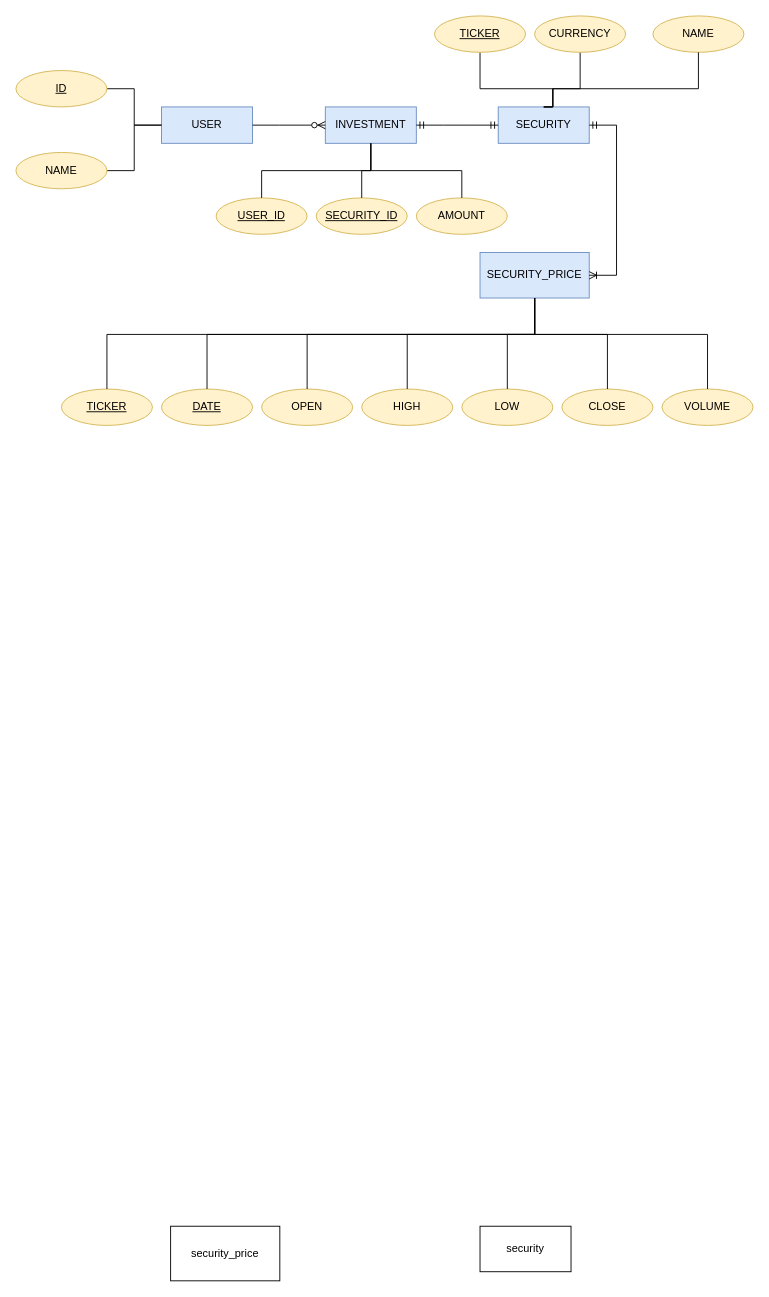
This is UML/ER.drawio from tkBischoff/PyFolio, a draw.io file, before an edit. Source tidied: cells renumbered, new cells numbered last; positions are measured from the earlier drawing's top-left corner, leaving out a move shared by most shapes. Both pictures are drawn from the tidied source at 91%, with x=0, y=0 at pixel (15, 15).
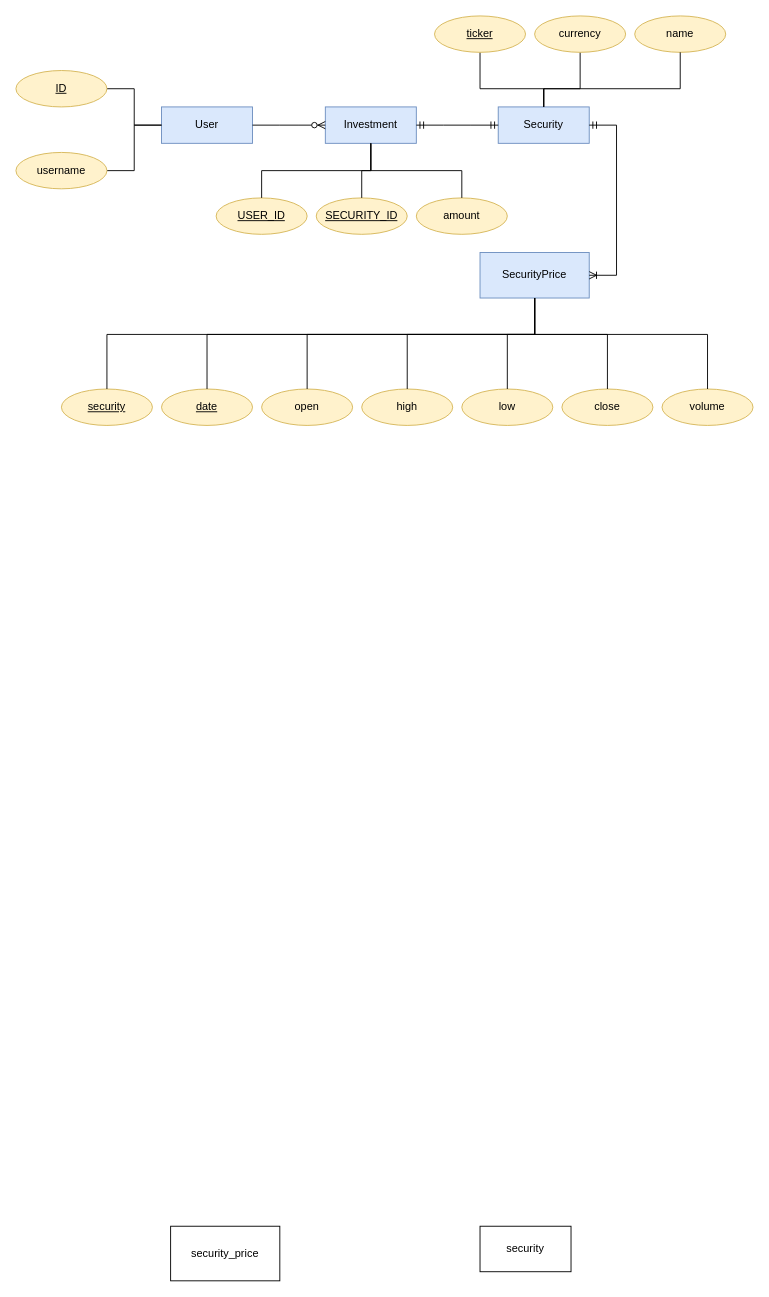
The same page after the edit.

The edit, as a diff of the source:
```diff
@@
-    <mxCell id="2" value="USER" style="whiteSpace=wrap;html=1;align=center;fillColor=#dae8fc;strokeColor=#6c8ebf;" parent="1" vertex="1">
+    <mxCell id="2" value="User" style="whiteSpace=wrap;html=1;align=center;fillColor=#dae8fc;strokeColor=#6c8ebf;" parent="1" vertex="1">
       <mxGeometry x="160" y="100" width="100" height="40" as="geometry" />
     </mxCell>
@@
-    <mxCell id="4" value="NAME" style="ellipse;whiteSpace=wrap;html=1;align=center;fillColor=#fff2cc;strokeColor=#d6b656;" parent="1" vertex="1">
+    <mxCell id="4" value="username" style="ellipse;whiteSpace=wrap;html=1;align=center;fillColor=#fff2cc;strokeColor=#d6b656;" parent="1" vertex="1">
       <mxGeometry y="150" width="100" height="40" as="geometry" />
     </mxCell>
@@
-    <mxCell id="7" value="SECURITY" style="whiteSpace=wrap;html=1;align=center;fillColor=#dae8fc;strokeColor=#6c8ebf;" parent="1" vertex="1">
+    <mxCell id="7" value="Security" style="whiteSpace=wrap;html=1;align=center;fillColor=#dae8fc;strokeColor=#6c8ebf;" parent="1" vertex="1">
       <mxGeometry x="530" y="100" width="100" height="40" as="geometry" />
     </mxCell>
     <mxCell id="8" style="edgeStyle=orthogonalEdgeStyle;rounded=0;jettySize=auto;html=1;endArrow=none;endFill=0;exitX=0.5;exitY=1;exitDx=0;exitDy=0;entryX=0.5;entryY=0;entryDx=0;entryDy=0;" parent="1" edge="1" source="9" target="7">
       <mxGeometry relative="1" as="geometry">
         <Array as="points">
           <mxPoint x="510" y="80" />
-          <mxPoint x="590" y="80" />
+          <mxPoint x="580" y="80" />
         </Array>
       </mxGeometry>
     </mxCell>
-    <mxCell id="9" value="&lt;u&gt;TICKER&lt;/u&gt;" style="ellipse;whiteSpace=wrap;html=1;align=center;fillColor=#fff2cc;strokeColor=#d6b656;" parent="1" vertex="1">
+    <mxCell id="9" value="&lt;u&gt;ticker&lt;/u&gt;" style="ellipse;whiteSpace=wrap;html=1;align=center;fillColor=#fff2cc;strokeColor=#d6b656;" parent="1" vertex="1">
       <mxGeometry x="460" width="100" height="40" as="geometry" />
     </mxCell>
     <mxCell id="10" style="edgeStyle=orthogonalEdgeStyle;rounded=0;jettySize=auto;html=1;entryX=0.5;entryY=0;entryDx=0;entryDy=0;endArrow=none;endFill=0;" parent="1" edge="1" source="11" target="7">
       <mxGeometry relative="1" as="geometry">
         <Array as="points">
           <mxPoint x="620" y="80" />
-          <mxPoint x="590" y="80" />
+          <mxPoint x="580" y="80" />
         </Array>
       </mxGeometry>
     </mxCell>
-    <mxCell id="11" value="CURRENCY" style="ellipse;whiteSpace=wrap;html=1;align=center;fillColor=#fff2cc;strokeColor=#d6b656;" parent="1" vertex="1">
+    <mxCell id="11" value="currency" style="ellipse;whiteSpace=wrap;html=1;align=center;fillColor=#fff2cc;strokeColor=#d6b656;" parent="1" vertex="1">
       <mxGeometry x="570" width="100" height="40" as="geometry" />
     </mxCell>
@@
-    <mxCell id="14" value="NAME" style="ellipse;whiteSpace=wrap;html=1;align=center;fillColor=#fff2cc;strokeColor=#d6b656;" parent="1" vertex="1">
-      <mxGeometry x="700" width="100" height="40" as="geometry" />
+    <mxCell id="14" value="name" style="ellipse;whiteSpace=wrap;html=1;align=center;fillColor=#fff2cc;strokeColor=#d6b656;" parent="1" vertex="1">
+      <mxGeometry x="680" width="100" height="40" as="geometry" />
     </mxCell>
     <mxCell id="15" style="edgeStyle=orthogonalEdgeStyle;rounded=0;jettySize=auto;html=1;entryX=0.5;entryY=0;entryDx=0;entryDy=0;endArrow=none;endFill=0;exitX=0.5;exitY=1;exitDx=0;exitDy=0;" parent="1" edge="1" source="14" target="7">
       <mxGeometry relative="1" as="geometry">
         <Array as="points">
-          <mxPoint x="750" y="80" />
-          <mxPoint x="590" y="80" />
+          <mxPoint x="730" y="80" />
+          <mxPoint x="580" y="80" />
         </Array>
       </mxGeometry>
     </mxCell>
-    <mxCell id="16" value="SECURITY_PRICE" style="whiteSpace=wrap;html=1;align=center;fillColor=#dae8fc;strokeColor=#6c8ebf;" parent="1" vertex="1">
+    <mxCell id="16" value="SecurityPrice" style="whiteSpace=wrap;html=1;align=center;fillColor=#dae8fc;strokeColor=#6c8ebf;" parent="1" vertex="1">
       <mxGeometry x="510" y="260" width="120" height="50" as="geometry" />
     </mxCell>
@@
-    <mxCell id="18" value="&lt;u&gt;DATE&lt;/u&gt;" style="ellipse;whiteSpace=wrap;html=1;align=center;fillColor=#fff2cc;strokeColor=#d6b656;" parent="1" vertex="1">
+    <mxCell id="18" value="&lt;u&gt;date&lt;/u&gt;" style="ellipse;whiteSpace=wrap;html=1;align=center;fillColor=#fff2cc;strokeColor=#d6b656;" parent="1" vertex="1">
       <mxGeometry x="160" y="410" width="100" height="40" as="geometry" />
     </mxCell>
-    <mxCell id="19" value="OPEN" style="ellipse;whiteSpace=wrap;html=1;align=center;fillColor=#fff2cc;strokeColor=#d6b656;" parent="1" vertex="1">
+    <mxCell id="19" value="open" style="ellipse;whiteSpace=wrap;html=1;align=center;fillColor=#fff2cc;strokeColor=#d6b656;" parent="1" vertex="1">
       <mxGeometry x="270" y="410" width="100" height="40" as="geometry" />
     </mxCell>
-    <mxCell id="20" value="HIGH" style="ellipse;whiteSpace=wrap;html=1;align=center;fillColor=#fff2cc;strokeColor=#d6b656;" parent="1" vertex="1">
+    <mxCell id="20" value="high" style="ellipse;whiteSpace=wrap;html=1;align=center;fillColor=#fff2cc;strokeColor=#d6b656;" parent="1" vertex="1">
       <mxGeometry x="380" y="410" width="100" height="40" as="geometry" />
     </mxCell>
-    <mxCell id="21" value="LOW" style="ellipse;whiteSpace=wrap;html=1;align=center;fillColor=#fff2cc;strokeColor=#d6b656;" parent="1" vertex="1">
+    <mxCell id="21" value="low" style="ellipse;whiteSpace=wrap;html=1;align=center;fillColor=#fff2cc;strokeColor=#d6b656;" parent="1" vertex="1">
       <mxGeometry x="490" y="410" width="100" height="40" as="geometry" />
     </mxCell>
-    <mxCell id="22" value="CLOSE" style="ellipse;whiteSpace=wrap;html=1;align=center;fillColor=#fff2cc;strokeColor=#d6b656;" parent="1" vertex="1">
+    <mxCell id="22" value="close" style="ellipse;whiteSpace=wrap;html=1;align=center;fillColor=#fff2cc;strokeColor=#d6b656;" parent="1" vertex="1">
       <mxGeometry x="600" y="410" width="100" height="40" as="geometry" />
     </mxCell>
-    <mxCell id="23" value="VOLUME" style="ellipse;whiteSpace=wrap;html=1;align=center;fillColor=#fff2cc;strokeColor=#d6b656;" parent="1" vertex="1">
+    <mxCell id="23" value="volume" style="ellipse;whiteSpace=wrap;html=1;align=center;fillColor=#fff2cc;strokeColor=#d6b656;" parent="1" vertex="1">
       <mxGeometry x="710" y="410" width="100" height="40" as="geometry" />
     </mxCell>
@@
-    <mxCell id="30" value="INVESTMENT" style="whiteSpace=wrap;html=1;align=center;fillColor=#dae8fc;strokeColor=#6c8ebf;" parent="1" vertex="1">
+    <mxCell id="30" value="Investment" style="whiteSpace=wrap;html=1;align=center;fillColor=#dae8fc;strokeColor=#6c8ebf;" parent="1" vertex="1">
       <mxGeometry x="340" y="100" width="100" height="40" as="geometry" />
     </mxCell>
@@
-    <mxCell id="35" value="AMOUNT" style="ellipse;whiteSpace=wrap;html=1;align=center;fillColor=#fff2cc;strokeColor=#d6b656;" parent="1" vertex="1">
+    <mxCell id="35" value="amount" style="ellipse;whiteSpace=wrap;html=1;align=center;fillColor=#fff2cc;strokeColor=#d6b656;" parent="1" vertex="1">
       <mxGeometry x="440" y="200" width="100" height="40" as="geometry" />
     </mxCell>
@@
-    <mxCell id="39" value="&lt;u&gt;TICKER&lt;/u&gt;" style="ellipse;whiteSpace=wrap;html=1;align=center;fillColor=#fff2cc;strokeColor=#d6b656;" parent="1" vertex="1">
+    <mxCell id="39" value="&lt;u&gt;security&lt;/u&gt;" style="ellipse;whiteSpace=wrap;html=1;align=center;fillColor=#fff2cc;strokeColor=#d6b656;" parent="1" vertex="1">
       <mxGeometry x="50" y="410" width="100" height="40" as="geometry" />
     </mxCell>
```
